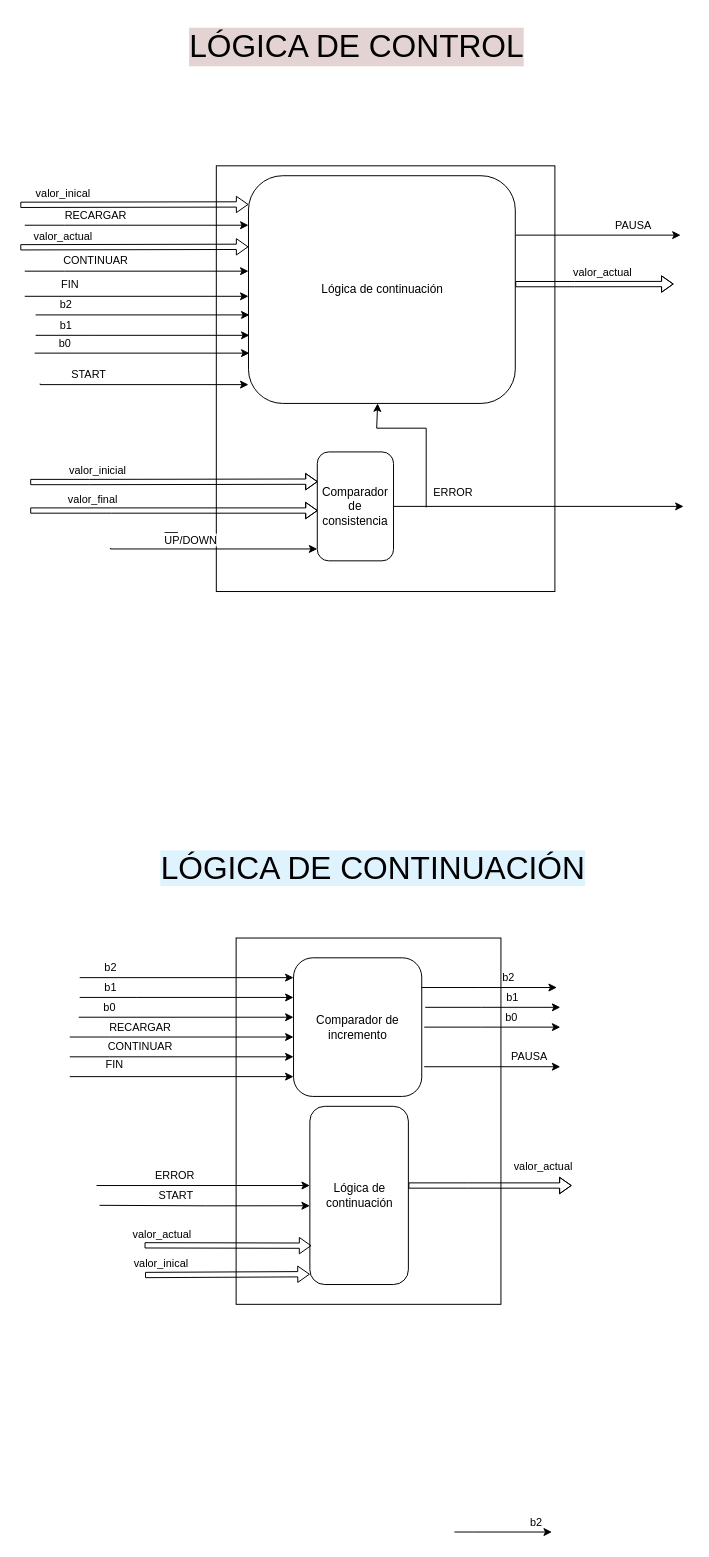
Before: page "LógicaDeControl" (3 of 4) of Integrador/Integrador.drawio in albertinap/IDL, a draw.io diagram. Source tidied: cells renumbered, new cells numbered last; positions are measured from the earlier drawing's top-left corner, leaving out a move shared by most shapes. Both pictures are drawn from the tidied source at 99%, with x=0, y=0 at pixel (20, 17).
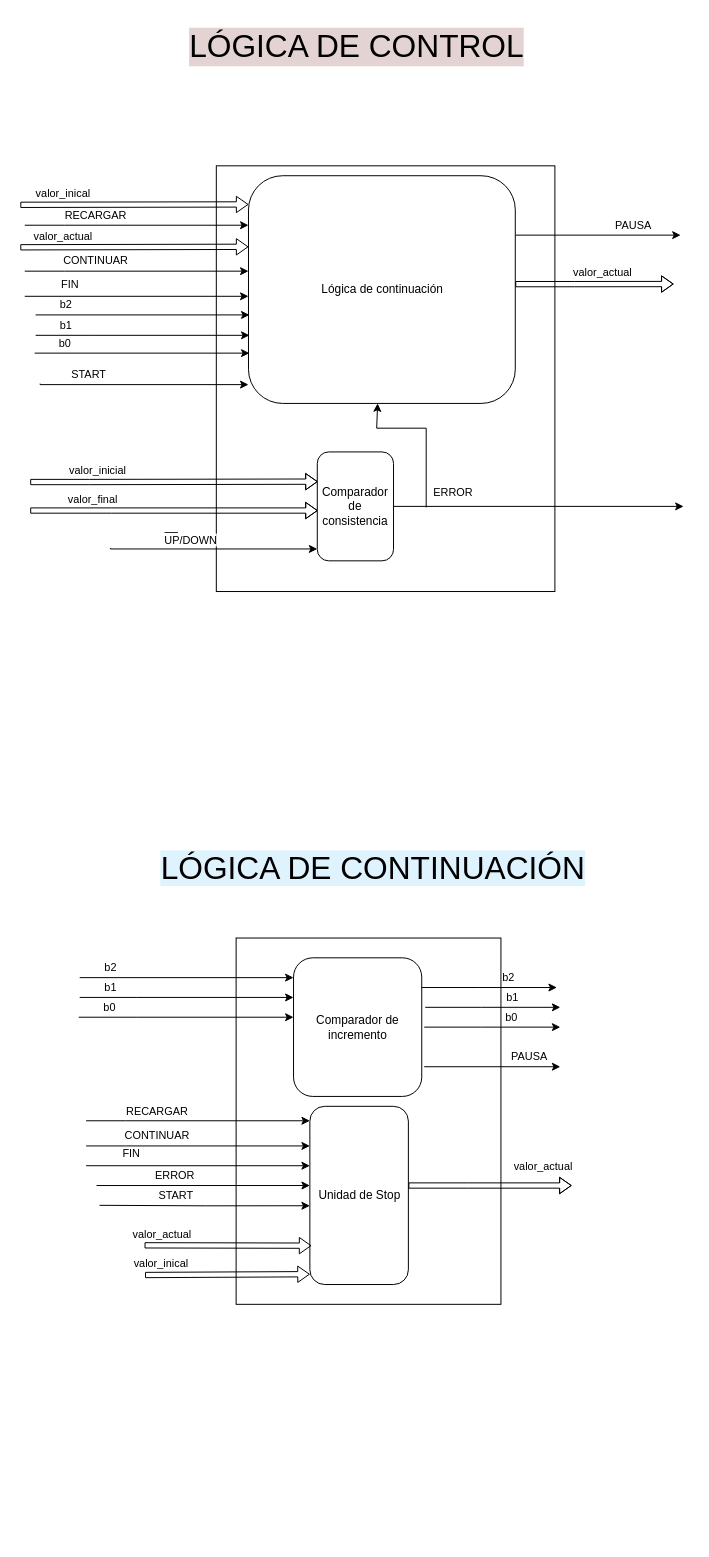
Above is the later version.

Change to the diagram source:
```diff
@@
     <mxCell id="40" value="CONTINUAR" style="endArrow=classic;html=1;rounded=0;" parent="1" edge="1">
       <mxGeometry x="-0.37" y="10" relative="1" as="geometry">
-        <mxPoint x="50" y="1050" as="sourcePoint" />
-        <mxPoint x="276" y="1050" as="targetPoint" />
+        <mxPoint x="66.5" y="1140" as="sourcePoint" />
+        <mxPoint x="292.5" y="1140" as="targetPoint" />
         <Array as="points">
-          <mxPoint x="90" y="1050" />
+          <mxPoint x="106.5" y="1140" />
         </Array>
       </mxGeometry>
     </mxCell>
@@
     <mxCell id="45" value="FIN" style="edgeStyle=orthogonalEdgeStyle;rounded=0;orthogonalLoop=1;jettySize=auto;html=1;" parent="1" edge="1">
       <mxGeometry x="-0.6" y="12" relative="1" as="geometry">
-        <mxPoint x="50" y="1070" as="sourcePoint" />
-        <mxPoint x="276" y="1070" as="targetPoint" />
+        <mxPoint x="66.5" y="1160" as="sourcePoint" />
+        <mxPoint x="292.5" y="1160" as="targetPoint" />
         <Array as="points">
-          <mxPoint x="50" y="1070" />
+          <mxPoint x="66.5" y="1160" />
         </Array>
       </mxGeometry>
     </mxCell>
@@
-    <mxCell id="48" value="Lógica de continuación" style="rounded=1;whiteSpace=wrap;html=1;" parent="1" vertex="1">
+    <mxCell id="48" value="Unidad de Stop" style="rounded=1;whiteSpace=wrap;html=1;" parent="1" vertex="1">
       <mxGeometry x="292.5" y="1100" width="99.5" height="180" as="geometry" />
     </mxCell>
@@
     <mxCell id="55" value="RECARGAR" style="endArrow=classic;html=1;rounded=0;" parent="1" edge="1">
       <mxGeometry x="-0.37" y="10" relative="1" as="geometry">
-        <mxPoint x="50" y="1030" as="sourcePoint" />
-        <mxPoint x="276" y="1030" as="targetPoint" />
+        <mxPoint x="66.5" y="1114.6" as="sourcePoint" />
+        <mxPoint x="292.5" y="1114.6" as="targetPoint" />
         <Array as="points">
-          <mxPoint x="90" y="1030" />
+          <mxPoint x="106.5" y="1114.6" />
         </Array>
       </mxGeometry>
     </mxCell>
@@
-    <mxCell id="63" style="edgeStyle=orthogonalEdgeStyle;rounded=0;orthogonalLoop=1;jettySize=auto;html=1;" parent="1" edge="1">
-      <mxGeometry relative="1" as="geometry">
-        <mxPoint x="438.5" y="1530" as="sourcePoint" />
-        <mxPoint x="537" y="1530" as="targetPoint" />
-        <Array as="points">
-          <mxPoint x="457.5" y="1530.4" />
-          <mxPoint x="457.5" y="1530.4" />
-        </Array>
-      </mxGeometry>
-    </mxCell>
-    <mxCell id="64" value="b2" style="edgeLabel;html=1;align=center;verticalAlign=middle;" parent="63" vertex="1">
-      <mxGeometry x="-0.72" y="2" relative="1" as="geometry">
-        <mxPoint x="68" y="-9" as="offset" />
-      </mxGeometry>
-    </mxCell>
```
